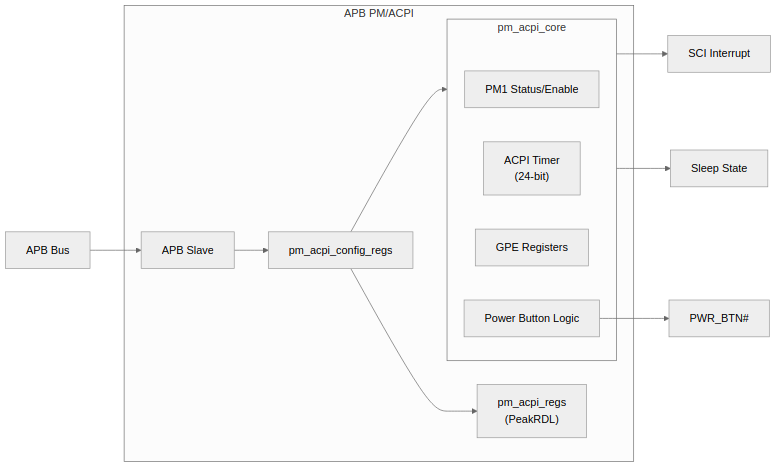
sean-galloway/RTLDesignSherpa keeps this Mermaid diagram as projects/components/retro_legacy_blocks/docs/pm_acpi_mas/assets/mermaid/pm_acpi_block_diagram.png. Above is the earlier version. Its source is kept beside it as projects/components/retro_legacy_blocks/docs/pm_acpi_mas/assets/mermaid/pm_acpi_block_diagram.mmd.
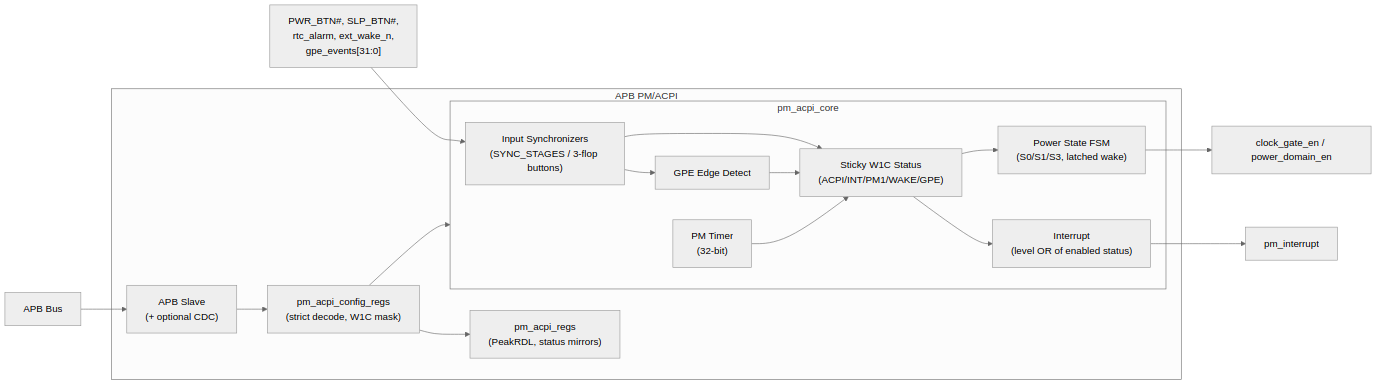
The same file after the commit.

The edit, as a diff of the source:
```diff
@@ -1,15 +1,17 @@
 %%{init: {'theme': 'neutral'}}%%
 flowchart LR
     subgraph APB_PM["APB PM/ACPI"]
-        APB["APB Slave"]
-        CFG["pm_acpi_config_regs"]
-        REGS["pm_acpi_regs<br/>(PeakRDL)"]
+        APB["APB Slave<br/>(+ optional CDC)"]
+        CFG["pm_acpi_config_regs<br/>(strict decode, W1C mask)"]
+        REGS["pm_acpi_regs<br/>(PeakRDL, status mirrors)"]
 
         subgraph CORE["pm_acpi_core"]
-            PM1["PM1 Status/Enable"]
-            TMR["ACPI Timer<br/>(24-bit)"]
-            GPE["GPE Registers"]
-            PWRBTN["Power Button Logic"]
+            SYNC["Input Synchronizers<br/>(SYNC_STAGES / 3-flop buttons)"]
+            STS["Sticky W1C Status<br/>(ACPI/INT/PM1/WAKE/GPE)"]
+            TMR["PM Timer<br/>(32-bit)"]
+            GPE["GPE Edge Detect"]
+            FSM["Power State FSM<br/>(S0/S1/S3, latched wake)"]
+            INT["Interrupt<br/>(level OR of enabled status)"]
         end
     end
 
@@ -18,6 +20,12 @@
     CFG --> REGS
     CFG --> CORE
 
-    CORE --> SCI["SCI Interrupt"]
-    PWRBTN --> PWRIN["PWR_BTN#"]
-    CORE --> SLPSTS["Sleep State"]
+    PINS["PWR_BTN#, SLP_BTN#,<br/>rtc_alarm, ext_wake_n,<br/>gpe_events[31:0]"] --> SYNC
+    SYNC --> GPE
+    SYNC --> STS
+    GPE --> STS
+    TMR --> STS
+    STS --> FSM
+    STS --> INT
+    INT --> IRQ["pm_interrupt"]
+    FSM --> PWR["clock_gate_en / power_domain_en"]
```
